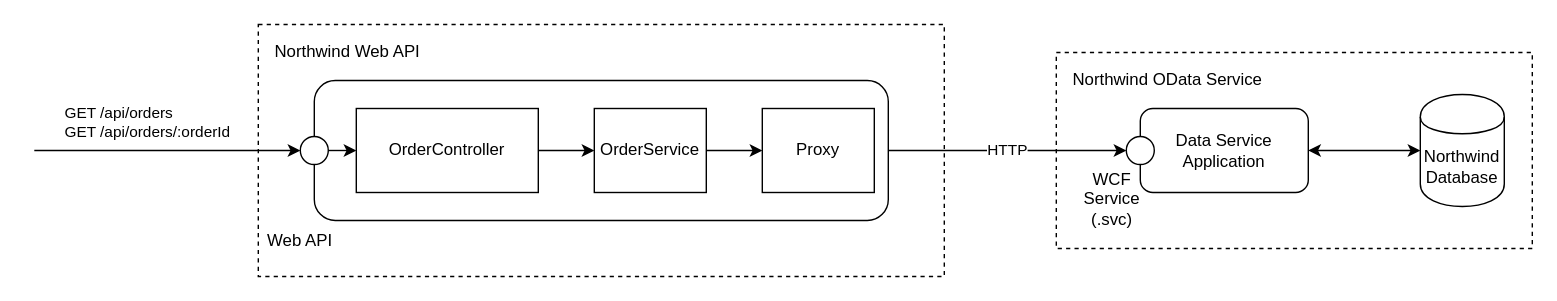
nadezhdaleshchevich/northwind-data-services-task keeps this draw.io diagram as page "task-02-basic-app" (4 of 5) of diagrams/northwind.drawio. Above is the earlier version. Source tidied: cells renumbered, new cells numbered last; positions are measured from the earlier drawing's top-left corner, leaving out a move shared by most shapes. Both pictures are drawn from the tidied source at 140%, with x=0, y=0 at pixel (34, 24).
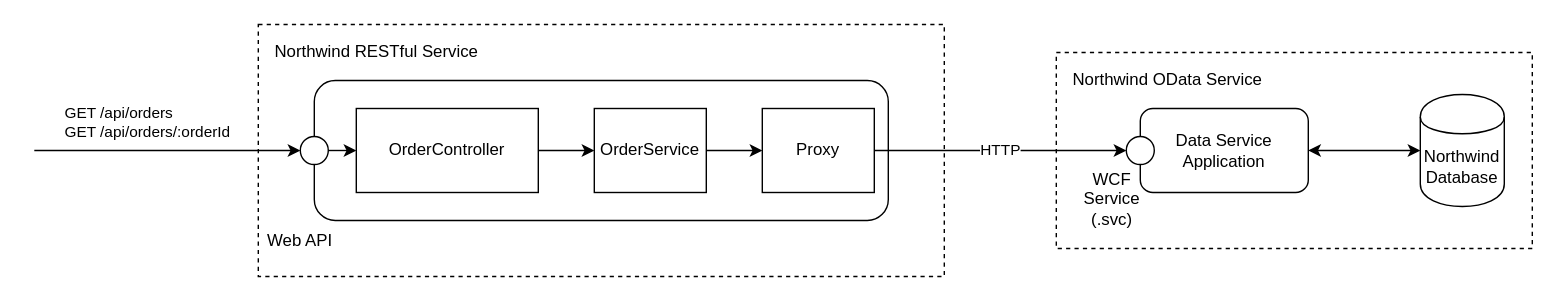
After the change.

The change refers to these unchanged cells:
```xml
<mxCell id="4" style="rounded=1;whiteSpace=wrap;html=1;fillColor=none;" parent="1" vertex="1">
  <mxGeometry x="200" y="40" width="410" height="100" as="geometry" />
</mxCell>
<mxCell id="9" value="Proxy" style="rounded=0;whiteSpace=wrap;html=1;" parent="1" vertex="1">
  <mxGeometry x="520" y="60" width="80" height="60" as="geometry" />
</mxCell>
<mxCell id="20" style="ellipse;whiteSpace=wrap;html=1;" parent="1" vertex="1">
  <mxGeometry x="780" y="80" width="20" height="20" as="geometry" />
</mxCell>
```

Diff of the diagram source:
```diff
@@
-    <mxCell id="2" value="HTTP" style="endArrow=classic;html=1;entryX=0;entryY=0.5;entryDx=0;entryDy=0;exitX=1;exitY=0.5;exitDx=0;exitDy=0;" parent="1" edge="1" source="4" target="20">
+    <mxCell id="2" value="HTTP" style="endArrow=classic;html=1;entryX=0;entryY=0.5;entryDx=0;entryDy=0;exitX=1;exitY=0.5;exitDx=0;exitDy=0;" parent="1" edge="1" source="9" target="20">
       <mxGeometry relative="1" as="geometry" />
     </mxCell>
@@
-    <mxCell id="8" value="Northwind Web API" style="text;html=1;strokeColor=none;fillColor=none;align=left;verticalAlign=middle;whiteSpace=wrap;rounded=0;dashed=1;" parent="1" vertex="1">
-      <mxGeometry x="170" y="10" width="150" height="20" as="geometry" />
+    <mxCell id="8" value="Northwind RESTful Service" style="text;html=1;strokeColor=none;fillColor=none;align=left;verticalAlign=middle;whiteSpace=wrap;rounded=0;dashed=1;" parent="1" vertex="1">
+      <mxGeometry x="170" y="10" width="190" height="20" as="geometry" />
     </mxCell>
```
